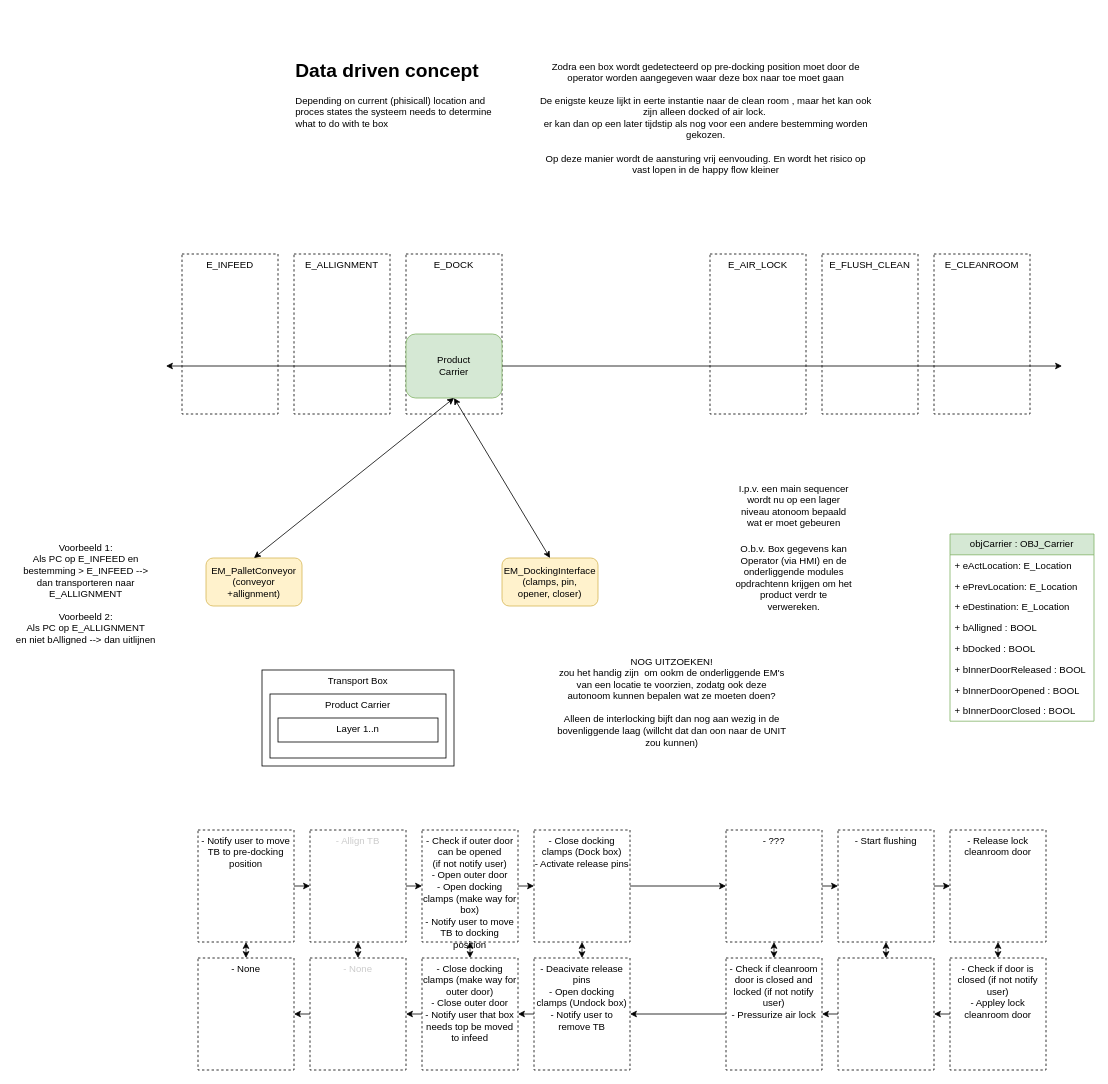
KMWE/KMWE_CleanroomConnect keeps this draw.io diagram as page "Data drive concept" (4 of 4) of Documentation/StateMachine and Sequence Diagrams.drawio. Above is the earlier version. Source tidied: cells renumbered, new cells numbered last; positions are measured from the earlier drawing's top-left corner, leaving out a move shared by most shapes. Both pictures are drawn from the tidied source at 80%, with x=0, y=0 at pixel (14, 14).
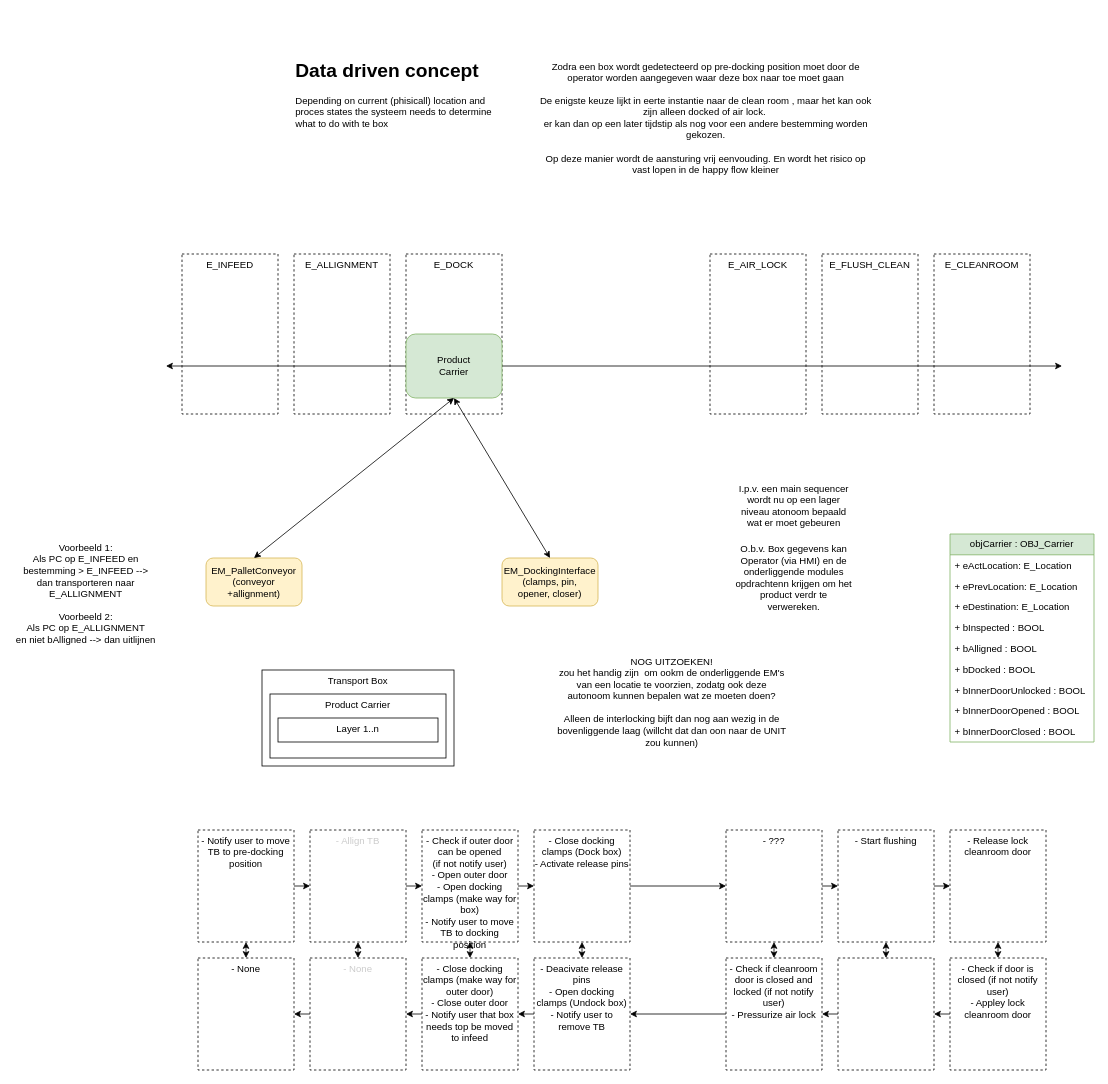
The same diagram, later.

What changed in the source:
```diff
@@
     <mxCell id="16" value="objCarrier : OBJ_Carrier" style="swimlane;fontStyle=0;horizontal=1;startSize=26;fillColor=#d5e8d4;whiteSpace=wrap;html=1;strokeColor=#82b366;" parent="1" vertex="1">
-      <mxGeometry x="1170" y="650" width="180" height="234" as="geometry" />
+      <mxGeometry x="1170" y="650" width="180" height="260" as="geometry" />
     </mxCell>
@@
+    <mxCell id="66" value="+ bInspected : BOOL" style="text;strokeColor=none;fillColor=none;align=left;verticalAlign=top;spacingLeft=4;spacingRight=4;overflow=hidden;whiteSpace=wrap;html=1;" parent="16" vertex="1">
+      <mxGeometry y="104" width="180" height="26" as="geometry" />
+    </mxCell>
     <mxCell id="20" value="+ bAlligned : BOOL" style="text;strokeColor=none;fillColor=none;align=left;verticalAlign=top;spacingLeft=4;spacingRight=4;overflow=hidden;whiteSpace=wrap;html=1;" parent="16" vertex="1">
-      <mxGeometry y="104" width="180" height="26" as="geometry" />
+      <mxGeometry y="130" width="180" height="26" as="geometry" />
     </mxCell>
     <mxCell id="21" value="+ bDocked : BOOL" style="text;strokeColor=none;fillColor=none;align=left;verticalAlign=top;spacingLeft=4;spacingRight=4;overflow=hidden;whiteSpace=wrap;html=1;" parent="16" vertex="1">
-      <mxGeometry y="130" width="180" height="26" as="geometry" />
+      <mxGeometry y="156" width="180" height="26" as="geometry" />
     </mxCell>
-    <mxCell id="22" value="+ bInnerDoorReleased : BOOL" style="text;strokeColor=none;fillColor=none;align=left;verticalAlign=top;spacingLeft=4;spacingRight=4;overflow=hidden;whiteSpace=wrap;html=1;" parent="16" vertex="1">
-      <mxGeometry y="156" width="180" height="26" as="geometry" />
+    <mxCell id="22" value="+ bInnerDoorUnlocked : BOOL" style="text;strokeColor=none;fillColor=none;align=left;verticalAlign=top;spacingLeft=4;spacingRight=4;overflow=hidden;whiteSpace=wrap;html=1;" parent="16" vertex="1">
+      <mxGeometry y="182" width="180" height="26" as="geometry" />
     </mxCell>
     <mxCell id="23" value="+ bInnerDoorOpened : BOOL" style="text;strokeColor=none;fillColor=none;align=left;verticalAlign=top;spacingLeft=4;spacingRight=4;overflow=hidden;whiteSpace=wrap;html=1;" parent="16" vertex="1">
-      <mxGeometry y="182" width="180" height="26" as="geometry" />
+      <mxGeometry y="208" width="180" height="26" as="geometry" />
     </mxCell>
     <mxCell id="24" value="+ bInnerDoorClosed : BOOL" style="text;strokeColor=none;fillColor=none;align=left;verticalAlign=top;spacingLeft=4;spacingRight=4;overflow=hidden;whiteSpace=wrap;html=1;" parent="16" vertex="1">
-      <mxGeometry y="208" width="180" height="26" as="geometry" />
+      <mxGeometry y="234" width="180" height="26" as="geometry" />
     </mxCell>
```
